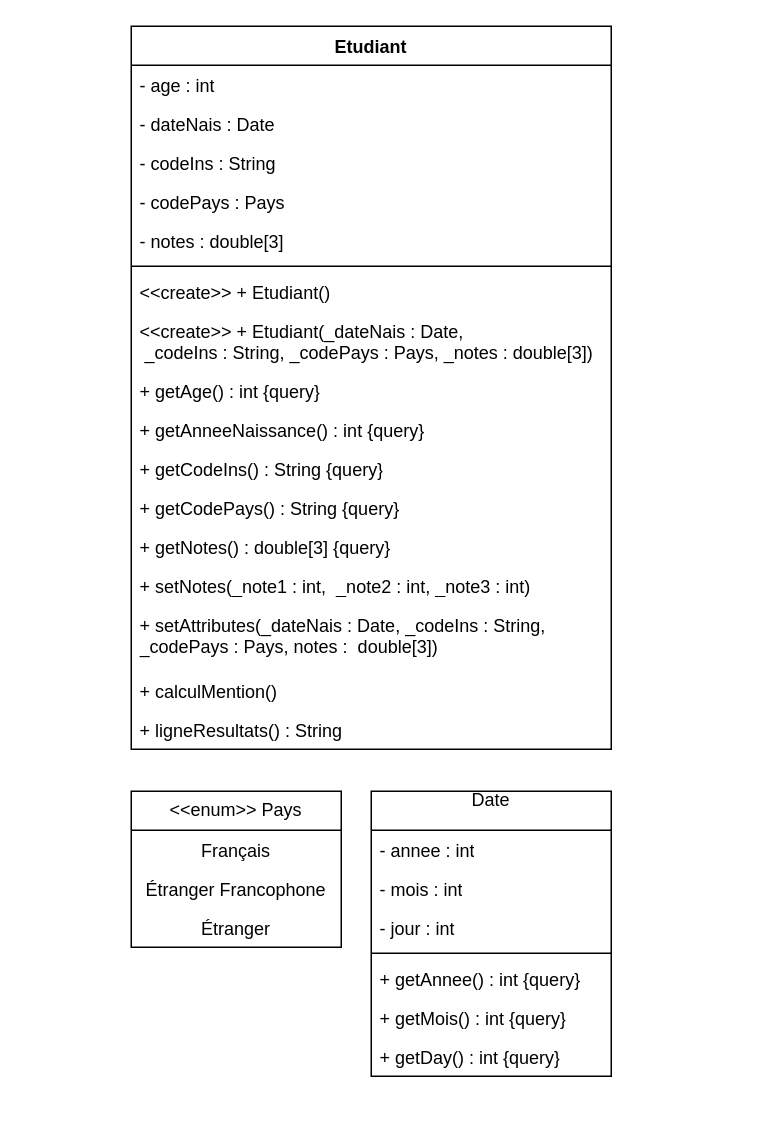
Before: out/production/HA8403I/TP2/TD/TD2.drawio in Byxis/HA8403I, a draw.io diagram. Source tidied: cells renumbered, new cells numbered last; positions are measured from the earlier drawing's top-left corner, leaving out a move shared by most shapes. Both pictures are drawn from the tidied source at 150%, with x=0, y=0 at pixel (130, 26).
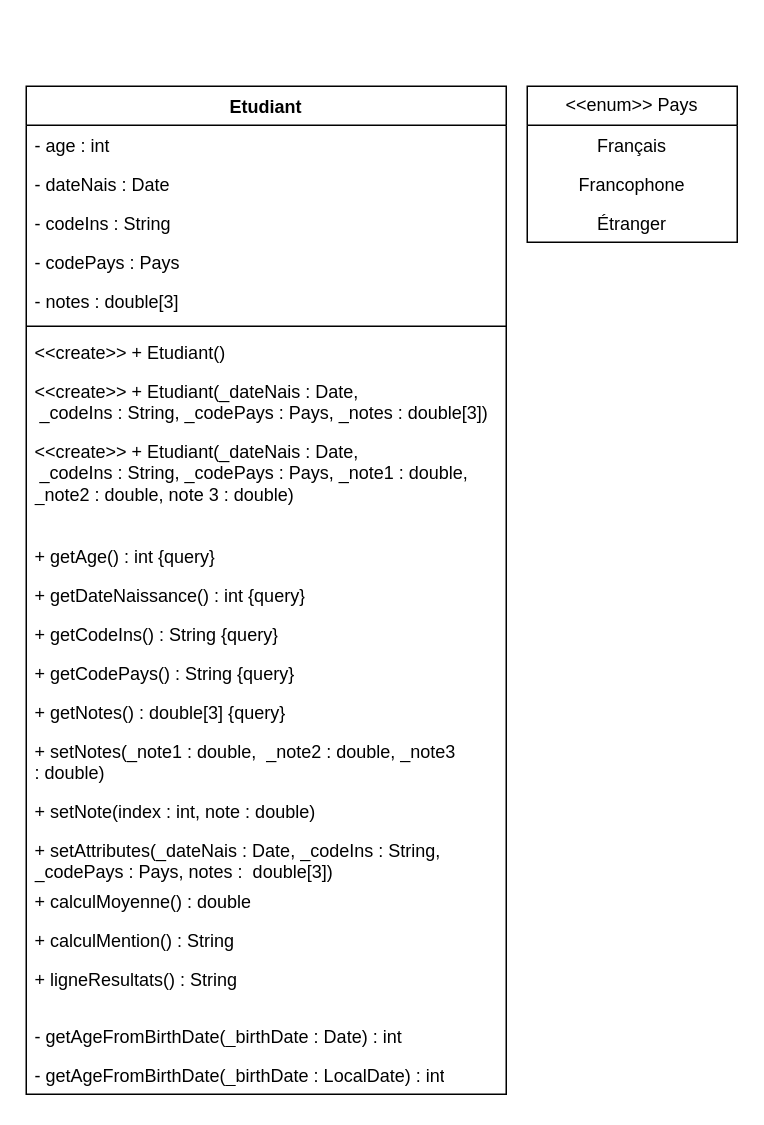
After the change.

What changed in the source:
```diff
@@
     <mxCell id="2" value="Etudiant" style="swimlane;fontStyle=1;align=center;verticalAlign=top;horizontal=1;startSize=26;whiteSpace=wrap;html=1;" parent="1" vertex="1">
-      <mxGeometry width="320" height="482" as="geometry" />
+      <mxGeometry x="-70" y="40" width="320" height="672" as="geometry" />
     </mxCell>
@@
+    <mxCell id="32" value="&lt;div&gt;&amp;lt;&amp;lt;create&amp;gt;&amp;gt; + Etudiant(_dateNais : Date,&lt;/div&gt;&lt;div&gt;&amp;nbsp;_codeIns : String, _codePays : Pays, _note1 : double, _note2 : double, note 3 : double)&lt;/div&gt;" style="text;align=left;verticalAlign=top;spacingLeft=4;spacingRight=4;overflow=hidden;whiteSpace=wrap;html=1;" parent="2" vertex="1">
+      <mxGeometry y="230" width="320" height="70" as="geometry" />
+    </mxCell>
     <mxCell id="11" value="&lt;div&gt;+ getAge() : int {query}&lt;br&gt;&lt;/div&gt;" style="text;strokeColor=none;fillColor=none;align=left;verticalAlign=top;spacingLeft=4;spacingRight=4;overflow=hidden;whiteSpace=wrap;html=1;" parent="2" vertex="1">
-      <mxGeometry y="230" width="320" height="26" as="geometry" />
+      <mxGeometry y="300" width="320" height="26" as="geometry" />
     </mxCell>
-    <mxCell id="12" value="+ getAnneeNaissance() : int {query}" style="text;strokeColor=none;fillColor=none;align=left;verticalAlign=top;spacingLeft=4;spacingRight=4;overflow=hidden;whiteSpace=wrap;html=1;" parent="2" vertex="1">
-      <mxGeometry y="256" width="320" height="26" as="geometry" />
+    <mxCell id="12" value="+ getDateNaissance() : int {query}" style="text;strokeColor=none;fillColor=none;align=left;verticalAlign=top;spacingLeft=4;spacingRight=4;overflow=hidden;whiteSpace=wrap;html=1;" parent="2" vertex="1">
+      <mxGeometry y="326" width="320" height="26" as="geometry" />
     </mxCell>
     <mxCell id="13" value="&lt;div&gt;+ getCodeIns() : String {query}&lt;br&gt;&lt;/div&gt;" style="text;strokeColor=none;fillColor=none;align=left;verticalAlign=top;spacingLeft=4;spacingRight=4;overflow=hidden;whiteSpace=wrap;html=1;" parent="2" vertex="1">
-      <mxGeometry y="282" width="320" height="26" as="geometry" />
+      <mxGeometry y="352" width="320" height="26" as="geometry" />
     </mxCell>
     <mxCell id="14" value="&lt;div&gt;+ getCodePays() : String {query}&lt;br&gt;&lt;/div&gt;" style="text;strokeColor=none;fillColor=none;align=left;verticalAlign=top;spacingLeft=4;spacingRight=4;overflow=hidden;whiteSpace=wrap;html=1;" parent="2" vertex="1">
-      <mxGeometry y="308" width="320" height="26" as="geometry" />
+      <mxGeometry y="378" width="320" height="26" as="geometry" />
     </mxCell>
     <mxCell id="15" value="&lt;div&gt;+ getNotes() : double[3] {query}&lt;br&gt;&lt;/div&gt;" style="text;strokeColor=none;fillColor=none;align=left;verticalAlign=top;spacingLeft=4;spacingRight=4;overflow=hidden;whiteSpace=wrap;html=1;" parent="2" vertex="1">
-      <mxGeometry y="334" width="320" height="26" as="geometry" />
+      <mxGeometry y="404" width="320" height="26" as="geometry" />
     </mxCell>
-    <mxCell id="16" value="+ setNotes(_note1 : int,&amp;nbsp; _note2 : int, _note3 : int)" style="text;strokeColor=none;fillColor=none;align=left;verticalAlign=top;spacingLeft=4;spacingRight=4;overflow=hidden;whiteSpace=wrap;html=1;" parent="2" vertex="1">
-      <mxGeometry y="360" width="320" height="26" as="geometry" />
+    <mxCell id="16" value="+ setNotes(_note1 :&amp;nbsp;double,&amp;nbsp; _note2 :&amp;nbsp;double, _note3 :&amp;nbsp;double)" style="text;strokeColor=none;fillColor=none;align=left;verticalAlign=top;spacingLeft=4;spacingRight=4;overflow=hidden;whiteSpace=wrap;html=1;" parent="2" vertex="1">
+      <mxGeometry y="430" width="320" height="40" as="geometry" />
     </mxCell>
+    <mxCell id="33" value="+ setNote(index : int, note : double)" style="text;strokeColor=none;fillColor=none;align=left;verticalAlign=top;spacingLeft=4;spacingRight=4;overflow=hidden;whiteSpace=wrap;html=1;" parent="2" vertex="1">
+      <mxGeometry y="470" width="320" height="26" as="geometry" />
+    </mxCell>
     <mxCell id="17" value="&lt;div&gt;+ setAttributes(_dateNais : Date, _codeIns : String, _codePays :&amp;nbsp;Pays, notes :&amp;nbsp; double[3])&lt;/div&gt;" style="text;strokeColor=none;fillColor=none;align=left;verticalAlign=top;spacingLeft=4;spacingRight=4;overflow=hidden;whiteSpace=wrap;html=1;" parent="2" vertex="1">
-      <mxGeometry y="386" width="320" height="44" as="geometry" />
+      <mxGeometry y="496" width="320" height="34" as="geometry" />
     </mxCell>
+    <mxCell id="34" value="+ calculMoyenne() : double" style="text;strokeColor=none;fillColor=none;align=left;verticalAlign=top;spacingLeft=4;spacingRight=4;overflow=hidden;whiteSpace=wrap;html=1;" parent="2" vertex="1">
+      <mxGeometry y="530" width="320" height="26" as="geometry" />
+    </mxCell>
-    <mxCell id="18" value="+ calculMention()" style="text;strokeColor=none;fillColor=none;align=left;verticalAlign=top;spacingLeft=4;spacingRight=4;overflow=hidden;whiteSpace=wrap;html=1;" parent="2" vertex="1">
-      <mxGeometry y="430" width="320" height="26" as="geometry" />
+    <mxCell id="18" value="+ calculMention() : String" style="text;strokeColor=none;fillColor=none;align=left;verticalAlign=top;spacingLeft=4;spacingRight=4;overflow=hidden;whiteSpace=wrap;html=1;" parent="2" vertex="1">
+      <mxGeometry y="556" width="320" height="26" as="geometry" />
     </mxCell>
     <mxCell id="19" value="+ ligneResultats() : String" style="text;strokeColor=none;fillColor=none;align=left;verticalAlign=top;spacingLeft=4;spacingRight=4;overflow=hidden;whiteSpace=wrap;html=1;" parent="2" vertex="1">
-      <mxGeometry y="456" width="320" height="26" as="geometry" />
+      <mxGeometry y="582" width="320" height="38" as="geometry" />
     </mxCell>
+    <mxCell id="35" value="- getAgeFromBirthDate(_birthDate : Date) : int" style="text;strokeColor=none;fillColor=none;align=left;verticalAlign=top;spacingLeft=4;spacingRight=4;overflow=hidden;whiteSpace=wrap;html=1;" parent="2" vertex="1">
+      <mxGeometry y="620" width="320" height="26" as="geometry" />
+    </mxCell>
+    <mxCell id="36" value="- getAgeFromBirthDate(_birthDate : LocalDate) : int" style="text;strokeColor=none;fillColor=none;align=left;verticalAlign=top;spacingLeft=4;spacingRight=4;overflow=hidden;whiteSpace=wrap;html=1;" parent="2" vertex="1">
+      <mxGeometry y="646" width="320" height="26" as="geometry" />
+    </mxCell>
     <mxCell id="20" value="&amp;lt;&amp;lt;enum&amp;gt;&amp;gt; Pays" style="swimlane;fontStyle=0;horizontal=1;startSize=26;fillColor=none;whiteSpace=wrap;html=1;" parent="1" vertex="1">
-      <mxGeometry y="510" width="140" height="104" as="geometry" />
+      <mxGeometry x="264" y="40" width="140" height="104" as="geometry" />
     </mxCell>
@@
-    <mxCell id="22" value="Étranger Francophone" style="text;strokeColor=none;fillColor=none;align=center;verticalAlign=top;spacingLeft=4;spacingRight=4;overflow=hidden;whiteSpace=wrap;html=1;" parent="20" vertex="1">
+    <mxCell id="22" value="Francophone" style="text;strokeColor=none;fillColor=none;align=center;verticalAlign=top;spacingLeft=4;spacingRight=4;overflow=hidden;whiteSpace=wrap;html=1;" parent="20" vertex="1">
       <mxGeometry y="52" width="140" height="26" as="geometry" />
     </mxCell>
@@
-    <mxCell id="24" value="&lt;div&gt;Date&lt;/div&gt;&lt;div&gt;&lt;br&gt;&lt;/div&gt;" style="swimlane;fontStyle=0;horizontal=1;startSize=26;fillColor=none;whiteSpace=wrap;html=1;" parent="1" vertex="1">
-      <mxGeometry x="160" y="510" width="160" height="190" as="geometry" />
-    </mxCell>
-    <mxCell id="25" value="&lt;div&gt;- annee : int&lt;/div&gt;&lt;div&gt;&lt;br&gt;&lt;/div&gt;" style="text;strokeColor=none;fillColor=none;align=left;verticalAlign=top;spacingLeft=4;spacingRight=4;overflow=hidden;whiteSpace=wrap;html=1;" parent="24" vertex="1">
-      <mxGeometry y="26" width="160" height="26" as="geometry" />
-    </mxCell>
-    <mxCell id="26" value="- mois : int" style="text;strokeColor=none;fillColor=none;align=left;verticalAlign=top;spacingLeft=4;spacingRight=4;overflow=hidden;whiteSpace=wrap;html=1;" parent="24" vertex="1">
-      <mxGeometry y="52" width="160" height="26" as="geometry" />
-    </mxCell>
-    <mxCell id="27" value="- jour : int" style="text;strokeColor=none;fillColor=none;align=left;verticalAlign=top;spacingLeft=4;spacingRight=4;overflow=hidden;whiteSpace=wrap;html=1;" parent="24" vertex="1">
-      <mxGeometry y="78" width="160" height="26" as="geometry" />
-    </mxCell>
-    <mxCell id="28" style="line;strokeWidth=1;fillColor=none;align=left;verticalAlign=middle;spacingTop=-1;spacingLeft=3;spacingRight=3;labelPosition=right;strokeColor=inherit;" parent="24" vertex="1">
-      <mxGeometry y="104" width="160" height="8" as="geometry" />
-    </mxCell>
-    <mxCell id="29" value="+ getAnnee() : int {query}" style="text;strokeColor=none;fillColor=none;align=left;verticalAlign=top;spacingLeft=4;spacingRight=4;overflow=hidden;whiteSpace=wrap;html=1;" parent="24" vertex="1">
-      <mxGeometry y="112" width="160" height="26" as="geometry" />
-    </mxCell>
-    <mxCell id="30" value="+ getMois() : int {query}" style="text;strokeColor=none;fillColor=none;align=left;verticalAlign=top;spacingLeft=4;spacingRight=4;overflow=hidden;whiteSpace=wrap;html=1;" parent="24" vertex="1">
-      <mxGeometry y="138" width="160" height="26" as="geometry" />
-    </mxCell>
-    <mxCell id="31" value="+ getDay() : int {query}" style="text;strokeColor=none;fillColor=none;align=left;verticalAlign=top;spacingLeft=4;spacingRight=4;overflow=hidden;whiteSpace=wrap;html=1;" parent="24" vertex="1">
-      <mxGeometry y="164" width="160" height="26" as="geometry" />
-    </mxCell>
```
